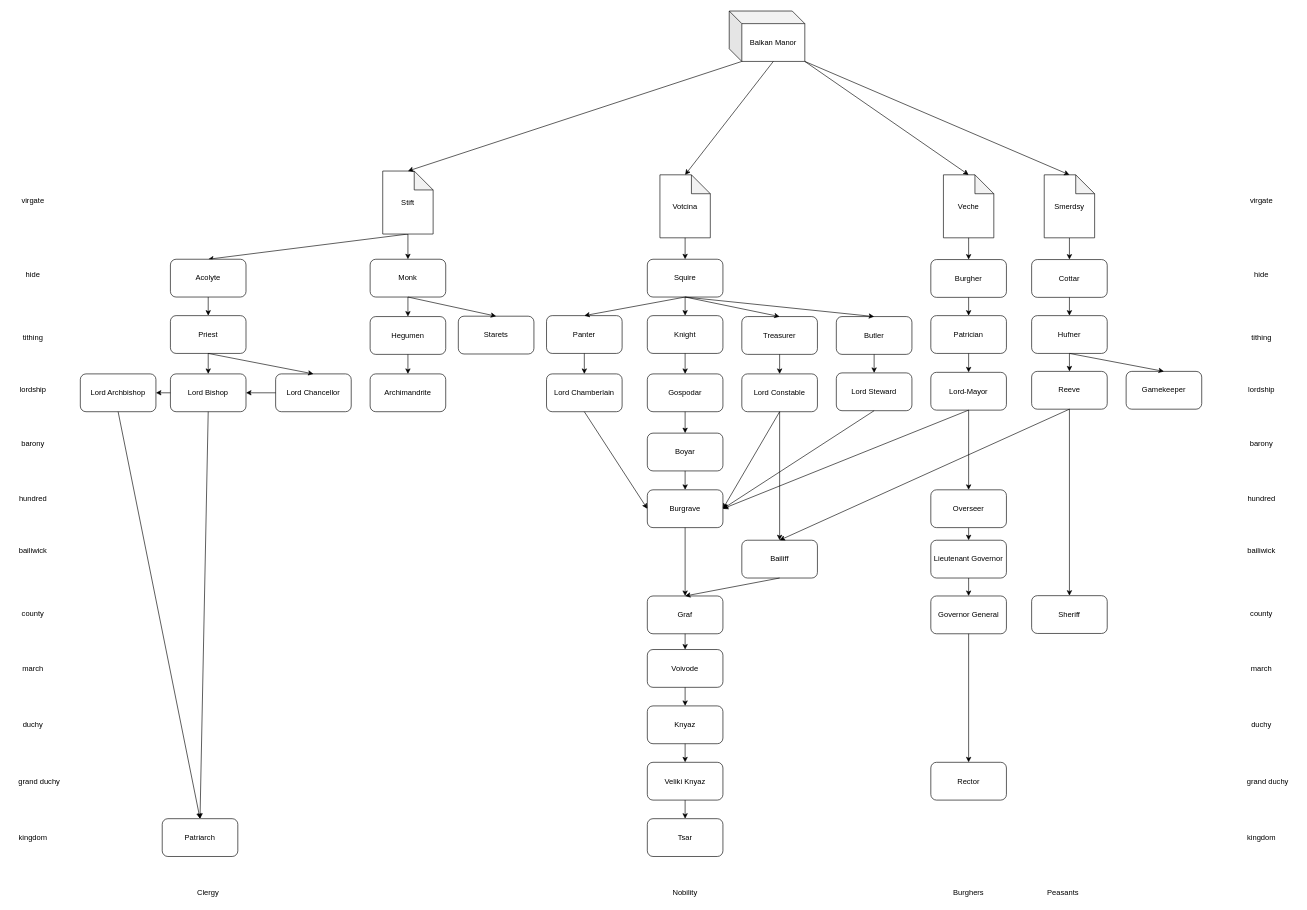
WiebedeBoer/middle3D keeps this draw.io diagram as manual/title_choices/balkan_titles.drawio. Above is the earlier version. Source tidied: cells renumbered, new cells numbered last; positions are measured from the earlier drawing's top-left corner, leaving out a move shared by most shapes. Both pictures are drawn from the tidied source at 63%, with x=0, y=0 at pixel (11, 11).
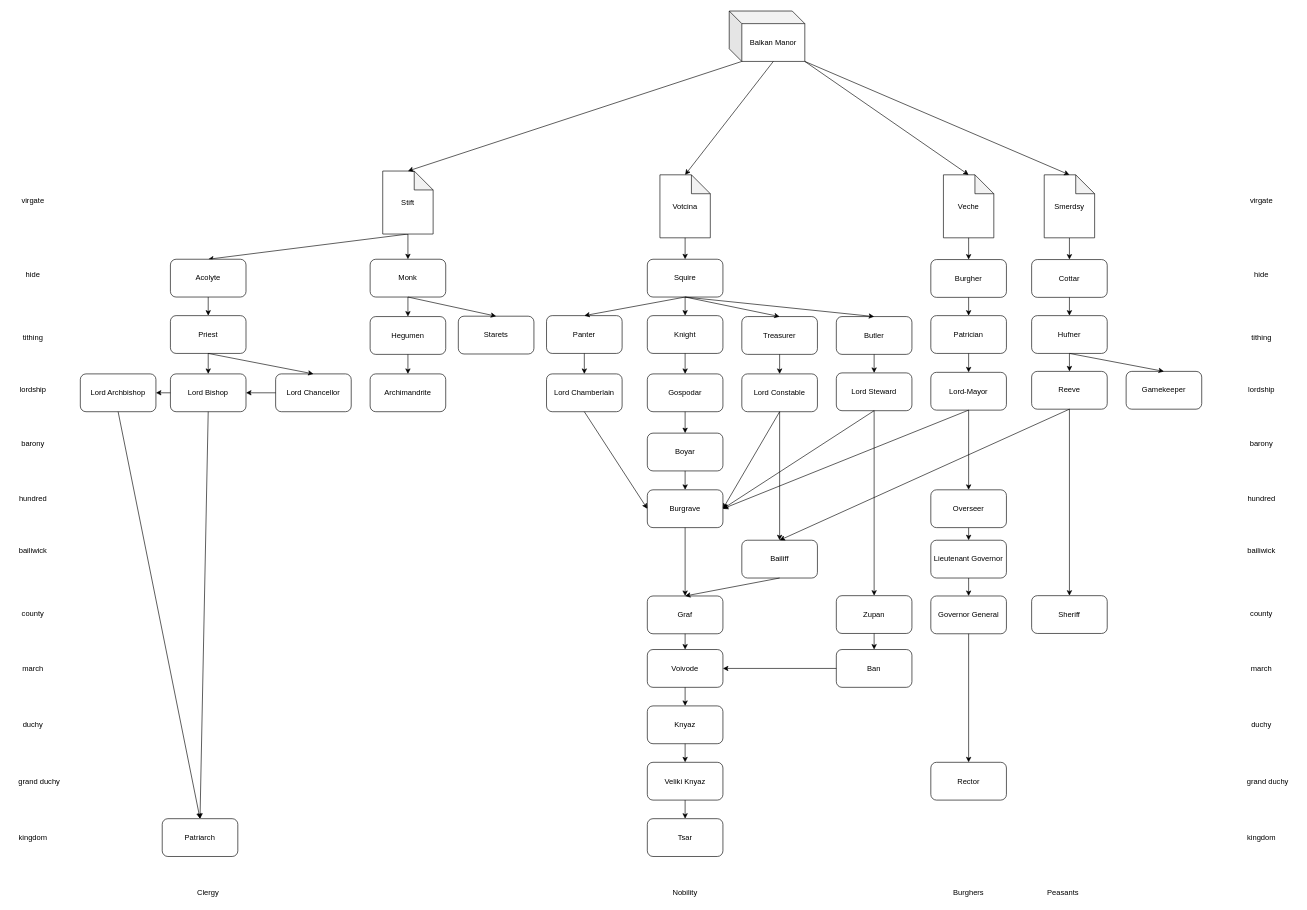
The same diagram, later.

Unchanged cells that the change refers to:
```xml
<mxCell id="13" value="Voivode" style="rounded=1;whiteSpace=wrap;html=1;" parent="1" vertex="1">
  <mxGeometry x="1010" y="1013.5" width="120" height="60" as="geometry" />
</mxCell>
<mxCell id="114" value="Lord Steward" style="rounded=1;whiteSpace=wrap;html=1;" parent="1" vertex="1">
  <mxGeometry x="1310" y="574.4" width="120" height="60" as="geometry" />
</mxCell>
```

What changed in the source:
```diff
@@
+    <mxCell id="125" value="Ban" style="rounded=1;whiteSpace=wrap;html=1;" parent="1" vertex="1">
+      <mxGeometry x="1310" y="1013.5" width="120" height="60" as="geometry" />
+    </mxCell>
+    <mxCell id="126" style="endArrow=classic;html=1;exitX=0;exitY=0.5;exitDx=0;exitDy=0;entryX=1;entryY=0.5;entryDx=0;entryDy=0;" parent="1" edge="1" source="125" target="13">
+      <mxGeometry relative="1" as="geometry" />
+    </mxCell>
+    <mxCell id="127" value="Zupan" style="rounded=1;whiteSpace=wrap;html=1;" parent="1" vertex="1">
+      <mxGeometry x="1310" y="928" width="120" height="60" as="geometry" />
+    </mxCell>
+    <mxCell id="128" style="endArrow=classic;html=1;entryX=0.5;entryY=0;entryDx=0;entryDy=0;exitX=0.5;exitY=1;exitDx=0;exitDy=0;" parent="1" edge="1" source="127" target="125">
+      <mxGeometry relative="1" as="geometry" />
+    </mxCell>
+    <mxCell id="129" style="endArrow=classic;html=1;entryX=0.5;entryY=0;entryDx=0;entryDy=0;exitX=0.5;exitY=1;exitDx=0;exitDy=0;" parent="1" edge="1" source="114" target="127">
+      <mxGeometry relative="1" as="geometry" />
+    </mxCell>
```
